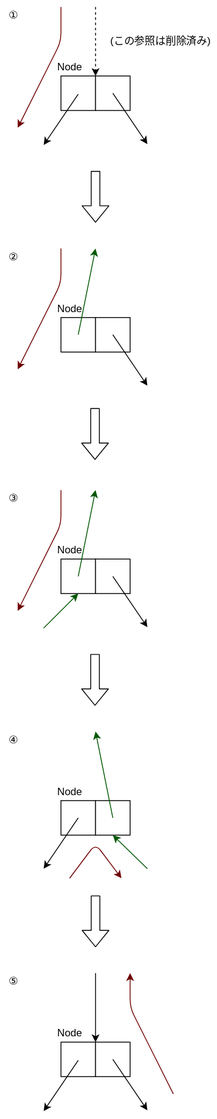
This is src/gc4/img/dsw-traverse.dio.svg from sinotca529/glab-seminar, a draw.io export, as it was before one commit. Source tidied: cells renumbered, new cells last; positions are measured from the earlier drawing's top-left corner, leaving out a move shared by most shapes.
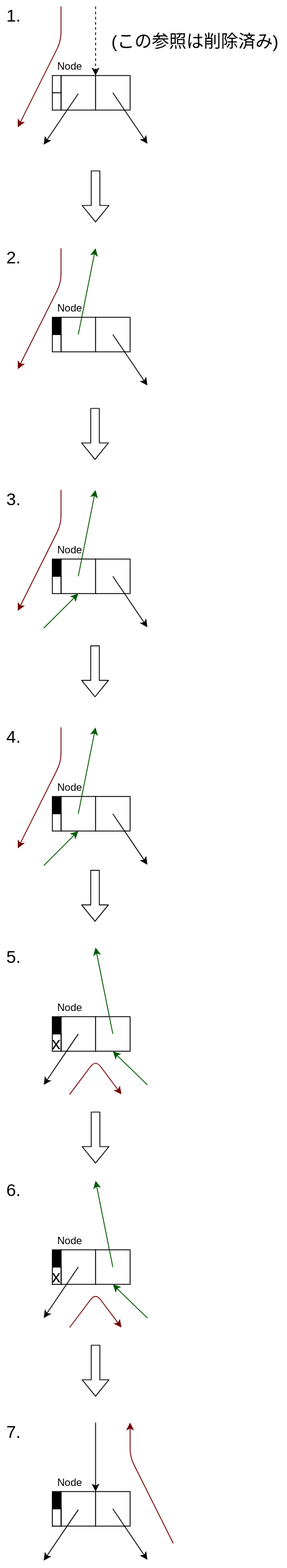
The same diagram one commit later.

The edit, as a diff of the source:
```diff
@@ -71,18 +71,18 @@
       <mxGeometry x="60" y="620" width="40" height="20" as="geometry" />
     </mxCell>
     <mxCell id="18" style="rounded=0;whiteSpace=wrap;html=1;" parent="1" vertex="1">
-      <mxGeometry x="70" y="920" width="40" height="40" as="geometry" />
+      <mxGeometry x="70" y="1170" width="40" height="40" as="geometry" />
     </mxCell>
     <mxCell id="19" style="rounded=0;whiteSpace=wrap;html=1;" parent="1" vertex="1">
-      <mxGeometry x="110" y="920" width="40" height="40" as="geometry" />
+      <mxGeometry x="110" y="1170" width="40" height="40" as="geometry" />
     </mxCell>
     <mxCell id="20" style="endArrow=none;html=1;endFill=0;startArrow=classic;startFill=1;fillColor=#008a00;strokeColor=#005700;exitX=0.5;exitY=1;exitDx=0;exitDy=0;" parent="1" edge="1" source="19">
       <mxGeometry relative="1" as="geometry">
-        <mxPoint x="170" y="999" as="targetPoint" />
+        <mxPoint x="170" y="1249" as="targetPoint" />
       </mxGeometry>
     </mxCell>
     <mxCell id="21" value="Node" style="text;html=1;align=center;verticalAlign=middle;strokeColor=none;fillColor=none;" parent="1" vertex="1">
-      <mxGeometry x="60" y="900" width="40" height="20" as="geometry" />
+      <mxGeometry x="60" y="1150" width="40" height="20" as="geometry" />
     </mxCell>
     <mxCell id="22" style="endArrow=classic;html=1;fillColor=#a20025;strokeColor=#6F0000;" parent="1" edge="1">
       <mxGeometry relative="1" as="geometry">
@@ -119,51 +119,51 @@
     </mxCell>
     <mxCell id="26" style="shape=flexArrow;endArrow=classic;html=1;fillColor=default;" parent="1" edge="1">
       <mxGeometry relative="1" as="geometry">
-        <mxPoint x="109.4" y="750" as="sourcePoint" />
-        <mxPoint x="109.4" y="810" as="targetPoint" />
+        <mxPoint x="109.4" y="1000" as="sourcePoint" />
+        <mxPoint x="109.4" y="1060" as="targetPoint" />
       </mxGeometry>
     </mxCell>
     <mxCell id="27" style="endArrow=classic;html=1;fillColor=#a20025;strokeColor=#6F0000;" parent="1" edge="1">
       <mxGeometry relative="1" as="geometry">
-        <mxPoint x="80" y="1010" as="sourcePoint" />
-        <mxPoint x="140" y="1010" as="targetPoint" />
+        <mxPoint x="80" y="1260" as="sourcePoint" />
+        <mxPoint x="140" y="1260" as="targetPoint" />
         <Array as="points">
-          <mxPoint x="110" y="970" />
+          <mxPoint x="110" y="1220" />
         </Array>
       </mxGeometry>
     </mxCell>
     <mxCell id="28" style="endArrow=classic;html=1;entryX=0;entryY=0;entryDx=0;entryDy=0;" parent="1" edge="1" target="30">
       <mxGeometry relative="1" as="geometry">
-        <mxPoint x="110" y="1120" as="sourcePoint" />
+        <mxPoint x="110" y="1640" as="sourcePoint" />
       </mxGeometry>
     </mxCell>
     <mxCell id="29" style="rounded=0;whiteSpace=wrap;html=1;" parent="1" vertex="1">
-      <mxGeometry x="70" y="1200" width="40" height="40" as="geometry" />
+      <mxGeometry x="70" y="1720" width="40" height="40" as="geometry" />
     </mxCell>
     <mxCell id="30" style="rounded=0;whiteSpace=wrap;html=1;" parent="1" vertex="1">
-      <mxGeometry x="110" y="1200" width="40" height="40" as="geometry" />
+      <mxGeometry x="110" y="1720" width="40" height="40" as="geometry" />
     </mxCell>
     <mxCell id="31" style="endArrow=classic;html=1;endFill=1;startArrow=none;startFill=0;" parent="1" edge="1">
       <mxGeometry relative="1" as="geometry">
-        <mxPoint x="90" y="1221" as="sourcePoint" />
-        <mxPoint x="50" y="1280" as="targetPoint" />
+        <mxPoint x="90" y="1741" as="sourcePoint" />
+        <mxPoint x="50" y="1800" as="targetPoint" />
       </mxGeometry>
     </mxCell>
     <mxCell id="32" style="endArrow=classic;html=1;endFill=1;startArrow=none;startFill=0;" parent="1" edge="1">
       <mxGeometry relative="1" as="geometry">
-        <mxPoint x="130" y="1220" as="sourcePoint" />
-        <mxPoint x="170" y="1279" as="targetPoint" />
+        <mxPoint x="130" y="1740" as="sourcePoint" />
+        <mxPoint x="170" y="1799" as="targetPoint" />
       </mxGeometry>
     </mxCell>
     <mxCell id="33" value="Node" style="text;html=1;align=center;verticalAlign=middle;strokeColor=none;fillColor=none;" parent="1" vertex="1">
-      <mxGeometry x="60" y="1180" width="40" height="20" as="geometry" />
+      <mxGeometry x="60" y="1700" width="40" height="20" as="geometry" />
     </mxCell>
     <mxCell id="34" style="endArrow=none;html=1;fillColor=#a20025;strokeColor=#6F0000;endFill=0;startArrow=classic;startFill=1;" parent="1" edge="1">
       <mxGeometry relative="1" as="geometry">
-        <mxPoint x="150" y="1120" as="sourcePoint" />
-        <mxPoint x="200" y="1260" as="targetPoint" />
+        <mxPoint x="150" y="1640" as="sourcePoint" />
+        <mxPoint x="200" y="1780" as="targetPoint" />
         <Array as="points">
-          <mxPoint x="150" y="1160" />
+          <mxPoint x="150" y="1680" />
         </Array>
       </mxGeometry>
     </mxCell>
@@ -181,39 +181,178 @@
     </mxCell>
     <mxCell id="37" style="endArrow=classic;html=1;fillColor=#008a00;strokeColor=#005700;" parent="1" edge="1">
       <mxGeometry relative="1" as="geometry">
-        <mxPoint x="130" y="940" as="sourcePoint" />
-        <mxPoint x="110" y="840" as="targetPoint" />
+        <mxPoint x="130" y="1190" as="sourcePoint" />
+        <mxPoint x="110" y="1090" as="targetPoint" />
       </mxGeometry>
     </mxCell>
     <mxCell id="38" style="endArrow=classic;html=1;" parent="1" edge="1">
       <mxGeometry relative="1" as="geometry">
-        <mxPoint x="90" y="940" as="sourcePoint" />
-        <mxPoint x="50" y="999" as="targetPoint" />
+        <mxPoint x="90" y="1190" as="sourcePoint" />
+        <mxPoint x="50" y="1249" as="targetPoint" />
       </mxGeometry>
     </mxCell>
     <mxCell id="39" style="shape=flexArrow;endArrow=classic;html=1;fillColor=default;" parent="1" edge="1">
       <mxGeometry relative="1" as="geometry">
-        <mxPoint x="110" y="1030" as="sourcePoint" />
-        <mxPoint x="110" y="1090" as="targetPoint" />
+        <mxPoint x="110" y="1280" as="sourcePoint" />
+        <mxPoint x="110" y="1340" as="targetPoint" />
       </mxGeometry>
     </mxCell>
-    <mxCell id="40" value="①" style="text;html=1;align=center;verticalAlign=middle;strokeColor=none;fillColor=none;" parent="1" vertex="1">
+    <mxCell id="40" value="&lt;font style=&quot;font-size: 20px&quot;&gt;1.&lt;/font&gt;" style="text;html=1;align=center;verticalAlign=middle;strokeColor=none;fillColor=none;" parent="1" vertex="1">
       <mxGeometry width="30" height="20" as="geometry" />
     </mxCell>
-    <mxCell id="41" value="②" style="text;html=1;align=center;verticalAlign=middle;strokeColor=none;fillColor=none;" parent="1" vertex="1">
+    <mxCell id="41" value="&lt;font style=&quot;font-size: 20px&quot;&gt;2.&lt;/font&gt;" style="text;html=1;align=center;verticalAlign=middle;strokeColor=none;fillColor=none;" parent="1" vertex="1">
       <mxGeometry y="280" width="30" height="20" as="geometry" />
     </mxCell>
-    <mxCell id="42" value="③" style="text;html=1;align=center;verticalAlign=middle;strokeColor=none;fillColor=none;" parent="1" vertex="1">
+    <mxCell id="42" value="&lt;font style=&quot;font-size: 20px&quot;&gt;3.&lt;/font&gt;" style="text;html=1;align=center;verticalAlign=middle;strokeColor=none;fillColor=none;" parent="1" vertex="1">
       <mxGeometry y="560" width="30" height="20" as="geometry" />
     </mxCell>
-    <mxCell id="43" value="④" style="text;html=1;align=center;verticalAlign=middle;strokeColor=none;fillColor=none;" parent="1" vertex="1">
-      <mxGeometry y="840" width="30" height="20" as="geometry" />
+    <mxCell id="43" value="&lt;font style=&quot;font-size: 20px&quot;&gt;5.&lt;/font&gt;" style="text;html=1;align=center;verticalAlign=middle;strokeColor=none;fillColor=none;" parent="1" vertex="1">
+      <mxGeometry y="1090" width="30" height="20" as="geometry" />
     </mxCell>
-    <mxCell id="44" value="⑤" style="text;html=1;align=center;verticalAlign=middle;strokeColor=none;fillColor=none;" parent="1" vertex="1">
-      <mxGeometry y="1120" width="30" height="20" as="geometry" />
+    <mxCell id="44" value="&lt;font style=&quot;font-size: 20px&quot;&gt;7.&lt;/font&gt;" style="text;html=1;align=center;verticalAlign=middle;strokeColor=none;fillColor=none;" parent="1" vertex="1">
+      <mxGeometry y="1640" width="30" height="20" as="geometry" />
     </mxCell>
-    <mxCell id="45" value="(この参照は削除済み)" style="text;html=1;align=center;verticalAlign=middle;strokeColor=none;fillColor=none;" parent="1" vertex="1">
-      <mxGeometry x="120" y="30" width="130" height="20" as="geometry" />
+    <mxCell id="45" value="&lt;font style=&quot;font-size: 20px&quot;&gt;(この参照は削除済み)&lt;/font&gt;" style="text;html=1;align=center;verticalAlign=middle;strokeColor=none;fillColor=none;" parent="1" vertex="1">
+      <mxGeometry x="120" y="30" width="210" height="20" as="geometry" />
     </mxCell>
+    <mxCell id="46" style="rounded=0;whiteSpace=wrap;html=1;" parent="1" vertex="1">
+      <mxGeometry x="70" y="915" width="40" height="40" as="geometry" />
+    </mxCell>
+    <mxCell id="47" style="rounded=0;whiteSpace=wrap;html=1;" parent="1" vertex="1">
+      <mxGeometry x="110" y="915" width="40" height="40" as="geometry" />
+    </mxCell>
+    <mxCell id="48" style="endArrow=none;html=1;endFill=0;startArrow=classic;startFill=1;fillColor=#008a00;strokeColor=#005700;exitX=0.5;exitY=1;exitDx=0;exitDy=0;" parent="1" edge="1" source="46">
+      <mxGeometry relative="1" as="geometry">
+        <mxPoint x="50" y="995" as="targetPoint" />
+      </mxGeometry>
+    </mxCell>
+    <mxCell id="49" style="endArrow=classic;html=1;" parent="1" edge="1">
+      <mxGeometry relative="1" as="geometry">
+        <mxPoint x="130" y="935" as="sourcePoint" />
+        <mxPoint x="170" y="994" as="targetPoint" />
+      </mxGeometry>
+    </mxCell>
+    <mxCell id="50" value="Node" style="text;html=1;align=center;verticalAlign=middle;strokeColor=none;fillColor=none;" parent="1" vertex="1">
+      <mxGeometry x="60" y="895" width="40" height="20" as="geometry" />
+    </mxCell>
+    <mxCell id="51" style="endArrow=classic;html=1;fillColor=#a20025;strokeColor=#6F0000;" parent="1" edge="1">
+      <mxGeometry relative="1" as="geometry">
+        <mxPoint x="70" y="835" as="sourcePoint" />
+        <mxPoint x="20" y="975" as="targetPoint" />
+        <Array as="points">
+          <mxPoint x="70" y="875" />
+        </Array>
+      </mxGeometry>
+    </mxCell>
+    <mxCell id="52" style="shape=flexArrow;endArrow=classic;html=1;fillColor=default;" parent="1" edge="1">
+      <mxGeometry relative="1" as="geometry">
+        <mxPoint x="109.4" y="740" as="sourcePoint" />
+        <mxPoint x="109.4" y="800" as="targetPoint" />
+      </mxGeometry>
+    </mxCell>
+    <mxCell id="53" style="endArrow=classic;html=1;fillColor=#008a00;strokeColor=#005700;" parent="1" edge="1">
+      <mxGeometry relative="1" as="geometry">
+        <mxPoint x="90" y="935" as="sourcePoint" />
+        <mxPoint x="110" y="835" as="targetPoint" />
+      </mxGeometry>
+    </mxCell>
+    <mxCell id="54" value="&lt;font style=&quot;font-size: 20px&quot;&gt;4.&lt;/font&gt;" style="text;html=1;align=center;verticalAlign=middle;strokeColor=none;fillColor=none;" parent="1" vertex="1">
+      <mxGeometry y="835" width="30" height="20" as="geometry" />
+    </mxCell>
+    <mxCell id="55" style="rounded=0;whiteSpace=wrap;html=1;fontSize=20;" parent="1" vertex="1">
+      <mxGeometry x="60" y="80" width="10" height="20" as="geometry" />
+    </mxCell>
+    <mxCell id="56" style="rounded=0;whiteSpace=wrap;html=1;fontSize=20;" parent="1" vertex="1">
+      <mxGeometry x="60" y="100" width="10" height="20" as="geometry" />
+    </mxCell>
+    <mxCell id="57" style="rounded=0;whiteSpace=wrap;html=1;fontSize=20;fillColor=#000000;" parent="1" vertex="1">
+      <mxGeometry x="60" y="360" width="10" height="20" as="geometry" />
+    </mxCell>
+    <mxCell id="58" style="rounded=0;whiteSpace=wrap;html=1;fontSize=20;" parent="1" vertex="1">
+      <mxGeometry x="60" y="380" width="10" height="20" as="geometry" />
+    </mxCell>
+    <mxCell id="59" style="rounded=0;whiteSpace=wrap;html=1;fontSize=20;fillColor=#000000;" parent="1" vertex="1">
+      <mxGeometry x="60" y="640" width="10" height="20" as="geometry" />
+    </mxCell>
+    <mxCell id="60" style="rounded=0;whiteSpace=wrap;html=1;fontSize=20;" parent="1" vertex="1">
+      <mxGeometry x="60" y="660" width="10" height="20" as="geometry" />
+    </mxCell>
+    <mxCell id="61" style="rounded=0;whiteSpace=wrap;html=1;fontSize=20;fillColor=#000000;" parent="1" vertex="1">
+      <mxGeometry x="60" y="915" width="10" height="20" as="geometry" />
+    </mxCell>
+    <mxCell id="62" style="rounded=0;whiteSpace=wrap;html=1;fontSize=20;" parent="1" vertex="1">
+      <mxGeometry x="60" y="935" width="10" height="20" as="geometry" />
+    </mxCell>
+    <mxCell id="63" style="rounded=0;whiteSpace=wrap;html=1;fontSize=20;fillColor=#000000;" parent="1" vertex="1">
+      <mxGeometry x="60" y="1720" width="10" height="20" as="geometry" />
+    </mxCell>
+    <mxCell id="64" style="rounded=0;whiteSpace=wrap;html=1;fontSize=20;" parent="1" vertex="1">
+      <mxGeometry x="60" y="1740" width="10" height="20" as="geometry" />
+    </mxCell>
+    <mxCell id="65" style="rounded=0;whiteSpace=wrap;html=1;fontSize=20;" parent="1" vertex="1">
+      <mxGeometry x="60" y="1740" width="10" height="20" as="geometry" />
+    </mxCell>
+    <mxCell id="66" style="rounded=0;whiteSpace=wrap;html=1;fontSize=20;fillColor=#000000;" parent="1" vertex="1">
+      <mxGeometry x="60" y="1170" width="10" height="20" as="geometry" />
+    </mxCell>
+    <mxCell id="67" style="rounded=0;whiteSpace=wrap;html=1;fontSize=20;" parent="1" vertex="1">
+      <mxGeometry x="60" y="1190" width="10" height="20" as="geometry" />
+    </mxCell>
+    <mxCell id="68" value="x" style="rounded=0;whiteSpace=wrap;html=1;fontSize=20;" parent="1" vertex="1">
+      <mxGeometry x="60" y="1190" width="10" height="20" as="geometry" />
+    </mxCell>
+    <mxCell id="69" style="rounded=0;whiteSpace=wrap;html=1;" parent="1" vertex="1">
+      <mxGeometry x="70" y="1440" width="40" height="40" as="geometry" />
+    </mxCell>
+    <mxCell id="70" style="rounded=0;whiteSpace=wrap;html=1;" parent="1" vertex="1">
+      <mxGeometry x="110" y="1440" width="40" height="40" as="geometry" />
+    </mxCell>
+    <mxCell id="71" style="endArrow=none;html=1;endFill=0;startArrow=classic;startFill=1;fillColor=#008a00;strokeColor=#005700;exitX=0.5;exitY=1;exitDx=0;exitDy=0;" parent="1" edge="1" source="70">
+      <mxGeometry relative="1" as="geometry">
+        <mxPoint x="170" y="1519" as="targetPoint" />
+      </mxGeometry>
+    </mxCell>
+    <mxCell id="72" value="Node" style="text;html=1;align=center;verticalAlign=middle;strokeColor=none;fillColor=none;" parent="1" vertex="1">
+      <mxGeometry x="60" y="1420" width="40" height="20" as="geometry" />
+    </mxCell>
+    <mxCell id="73" style="endArrow=classic;html=1;fillColor=#a20025;strokeColor=#6F0000;" parent="1" edge="1">
+      <mxGeometry relative="1" as="geometry">
+        <mxPoint x="80" y="1530" as="sourcePoint" />
+        <mxPoint x="140" y="1530" as="targetPoint" />
+        <Array as="points">
+          <mxPoint x="110" y="1490" />
+        </Array>
+      </mxGeometry>
+    </mxCell>
+    <mxCell id="74" style="endArrow=classic;html=1;fillColor=#008a00;strokeColor=#005700;" parent="1" edge="1">
+      <mxGeometry relative="1" as="geometry">
+        <mxPoint x="130" y="1460" as="sourcePoint" />
+        <mxPoint x="110" y="1360" as="targetPoint" />
+      </mxGeometry>
+    </mxCell>
+    <mxCell id="75" style="endArrow=classic;html=1;" parent="1" edge="1">
+      <mxGeometry relative="1" as="geometry">
+        <mxPoint x="90" y="1460" as="sourcePoint" />
+        <mxPoint x="50" y="1519" as="targetPoint" />
+      </mxGeometry>
+    </mxCell>
+    <mxCell id="76" style="shape=flexArrow;endArrow=classic;html=1;fillColor=default;" parent="1" edge="1">
+      <mxGeometry relative="1" as="geometry">
+        <mxPoint x="110" y="1550" as="sourcePoint" />
+        <mxPoint x="110" y="1610" as="targetPoint" />
+      </mxGeometry>
+    </mxCell>
+    <mxCell id="77" value="&lt;font style=&quot;font-size: 20px&quot;&gt;6.&lt;/font&gt;" style="text;html=1;align=center;verticalAlign=middle;strokeColor=none;fillColor=none;" parent="1" vertex="1">
+      <mxGeometry y="1360" width="30" height="20" as="geometry" />
+    </mxCell>
+    <mxCell id="78" style="rounded=0;whiteSpace=wrap;html=1;fontSize=20;fillColor=#000000;" parent="1" vertex="1">
+      <mxGeometry x="60" y="1440" width="10" height="20" as="geometry" />
+    </mxCell>
+    <mxCell id="79" style="rounded=0;whiteSpace=wrap;html=1;fontSize=20;" parent="1" vertex="1">
+      <mxGeometry x="60" y="1460" width="10" height="20" as="geometry" />
+    </mxCell>
+    <mxCell id="80" value="x" style="rounded=0;whiteSpace=wrap;html=1;fontSize=20;" parent="1" vertex="1">
+      <mxGeometry x="60" y="1460" width="10" height="20" as="geometry" />
+    </mxCell>
   </root>
 </mxGraphModel>
```
